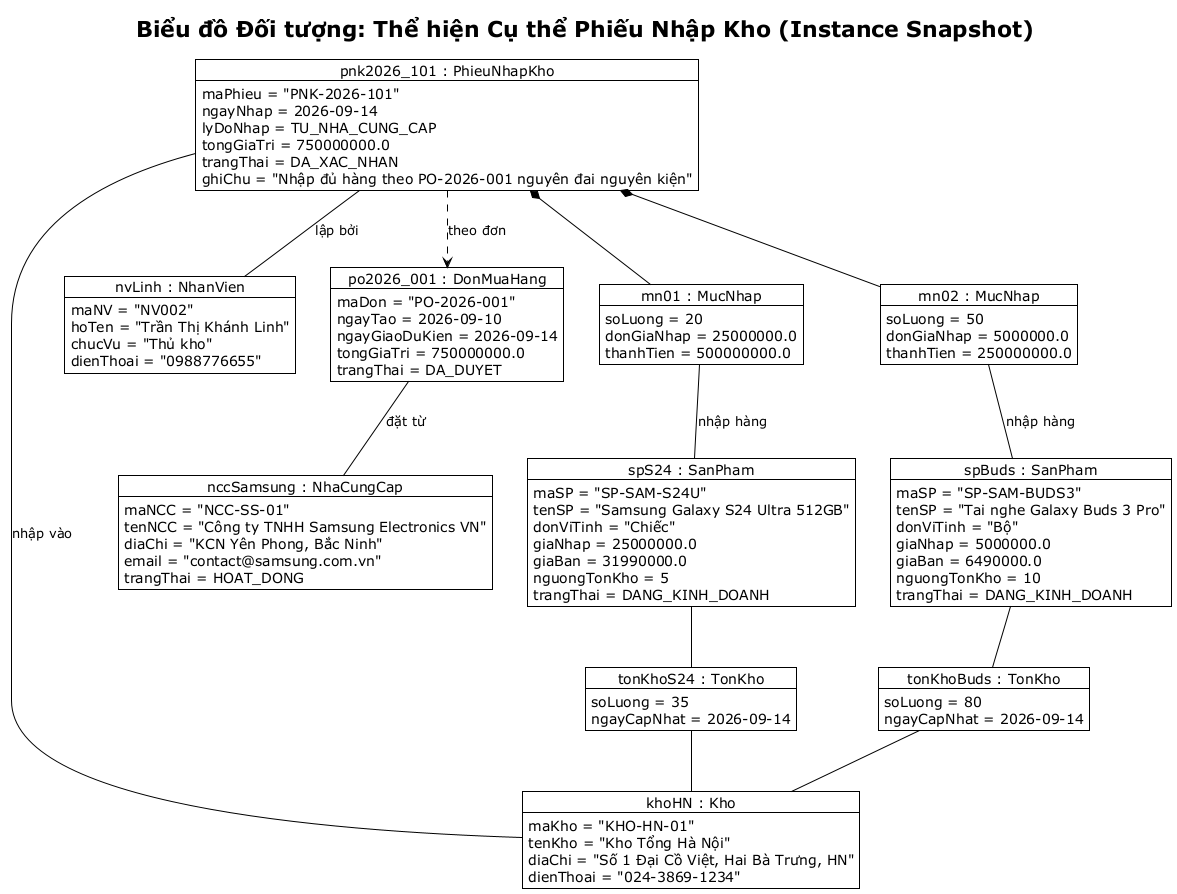
Earlier version of the PlantUML export BTL-QuanLyKhoHang/diagrams/object-diagram-phieu-nhap.png (vuhoabinh2416137/G8_Quanlysanphamvakhohang). The source it was exported from:
```plantuml
@startuml object-diagram-phieu-nhap
!theme plain
skinparam classAttributeIconSize 0
skinparam defaultTextAlignment left

title Biểu đồ Đối tượng: Thể hiện Cụ thể Phiếu Nhập Kho (Instance Snapshot)

object "khoHN : Kho" as khoHN {
    maKho = "KHO-HN-01"
    tenKho = "Kho Tổng Hà Nội"
    diaChi = "Số 1 Đại Cồ Việt, Hai Bà Trưng, HN"
    dienThoai = "024-3869-1234"
}

object "nvLinh : NhanVien" as nvLinh {
    maNV = "NV002"
    hoTen = "Trần Thị Khánh Linh"
    chucVu = "Thủ kho"
    dienThoai = "0988776655"
}

object "nccSamsung : NhaCungCap" as nccSamsung {
    maNCC = "NCC-SS-01"
    tenNCC = "Công ty TNHH Samsung Electronics VN"
    diaChi = "KCN Yên Phong, Bắc Ninh"
    email = "contact@samsung.com.vn"
    trangThai = HOAT_DONG
}

object "po2026_001 : DonMuaHang" as po2026 {
    maDon = "PO-2026-001"
    ngayTao = 2026-09-10
    ngayGiaoDuKien = 2026-09-14
    tongGiaTri = 750000000.0
    trangThai = DA_DUYET
}

object "pnk2026_101 : PhieuNhapKho" as pnk2026 {
    maPhieu = "PNK-2026-101"
    ngayNhap = 2026-09-14
    lyDoNhap = TU_NHA_CUNG_CAP
    tongGiaTri = 750000000.0
    trangThai = DA_XAC_NHAN
    ghiChu = "Nhập đủ hàng theo PO-2026-001 nguyên đai nguyên kiện"
}

object "mn01 : MucNhap" as mn01 {
    soLuong = 20
    donGiaNhap = 25000000.0
    thanhTien = 500000000.0
}

object "mn02 : MucNhap" as mn02 {
    soLuong = 50
    donGiaNhap = 5000000.0
    thanhTien = 250000000.0
}

object "spS24 : SanPham" as spS24 {
    maSP = "SP-SAM-S24U"
    tenSP = "Samsung Galaxy S24 Ultra 512GB"
    donViTinh = "Chiếc"
    giaNhap = 25000000.0
    giaBan = 31990000.0
    nguongTonKho = 5
    trangThai = DANG_KINH_DOANH
}

object "spBuds : SanPham" as spBuds {
    maSP = "SP-SAM-BUDS3"
    tenSP = "Tai nghe Galaxy Buds 3 Pro"
    donViTinh = "Bộ"
    giaNhap = 5000000.0
    giaBan = 6490000.0
    nguongTonKho = 10
    trangThai = DANG_KINH_DOANH
}

object "tonKhoS24 : TonKho" as tonKhoS24 {
    soLuong = 35
    ngayCapNhat = 2026-09-14
}

object "tonKhoBuds : TonKho" as tonKhoBuds {
    soLuong = 80
    ngayCapNhat = 2026-09-14
}

pnk2026 ..> po2026 : theo đơn
pnk2026 -- khoHN : nhập vào
pnk2026 -- nvLinh : lập bởi
pnk2026 *-- mn01
pnk2026 *-- mn02

mn01 -- spS24 : nhập hàng
mn02 -- spBuds : nhập hàng

po2026 -- nccSamsung : đặt từ

spS24 -- tonKhoS24
tonKhoS24 -- khoHN

spBuds -- tonKhoBuds
tonKhoBuds -- khoHN
@enduml
```
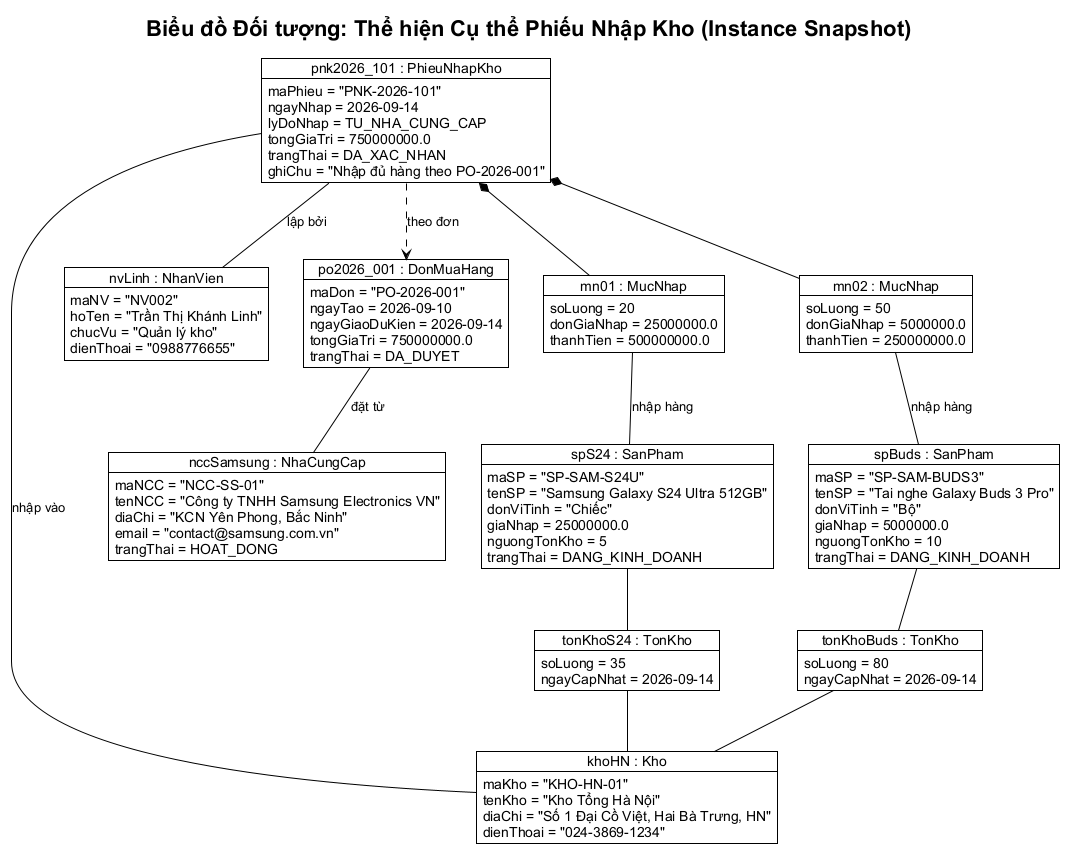
The same diagram one commit later.

The edit, as a diff of the source:
```diff
@@ -2,6 +2,7 @@
 !theme plain
 skinparam classAttributeIconSize 0
 skinparam defaultTextAlignment left
+skinparam defaultFontName "Arial"
 
 title Biểu đồ Đối tượng: Thể hiện Cụ thể Phiếu Nhập Kho (Instance Snapshot)
 
@@ -15,7 +16,7 @@
 object "nvLinh : NhanVien" as nvLinh {
     maNV = "NV002"
     hoTen = "Trần Thị Khánh Linh"
-    chucVu = "Thủ kho"
+    chucVu = "Quản lý kho"
     dienThoai = "0988776655"
 }
 
@@ -41,7 +42,7 @@
     lyDoNhap = TU_NHA_CUNG_CAP
     tongGiaTri = 750000000.0
     trangThai = DA_XAC_NHAN
-    ghiChu = "Nhập đủ hàng theo PO-2026-001 nguyên đai nguyên kiện"
+    ghiChu = "Nhập đủ hàng theo PO-2026-001"
 }
 
 object "mn01 : MucNhap" as mn01 {
@@ -61,7 +62,6 @@
     tenSP = "Samsung Galaxy S24 Ultra 512GB"
     donViTinh = "Chiếc"
     giaNhap = 25000000.0
-    giaBan = 31990000.0
     nguongTonKho = 5
     trangThai = DANG_KINH_DOANH
 }
@@ -71,7 +71,6 @@
     tenSP = "Tai nghe Galaxy Buds 3 Pro"
     donViTinh = "Bộ"
     giaNhap = 5000000.0
-    giaBan = 6490000.0
     nguongTonKho = 10
     trangThai = DANG_KINH_DOANH
 }
```
